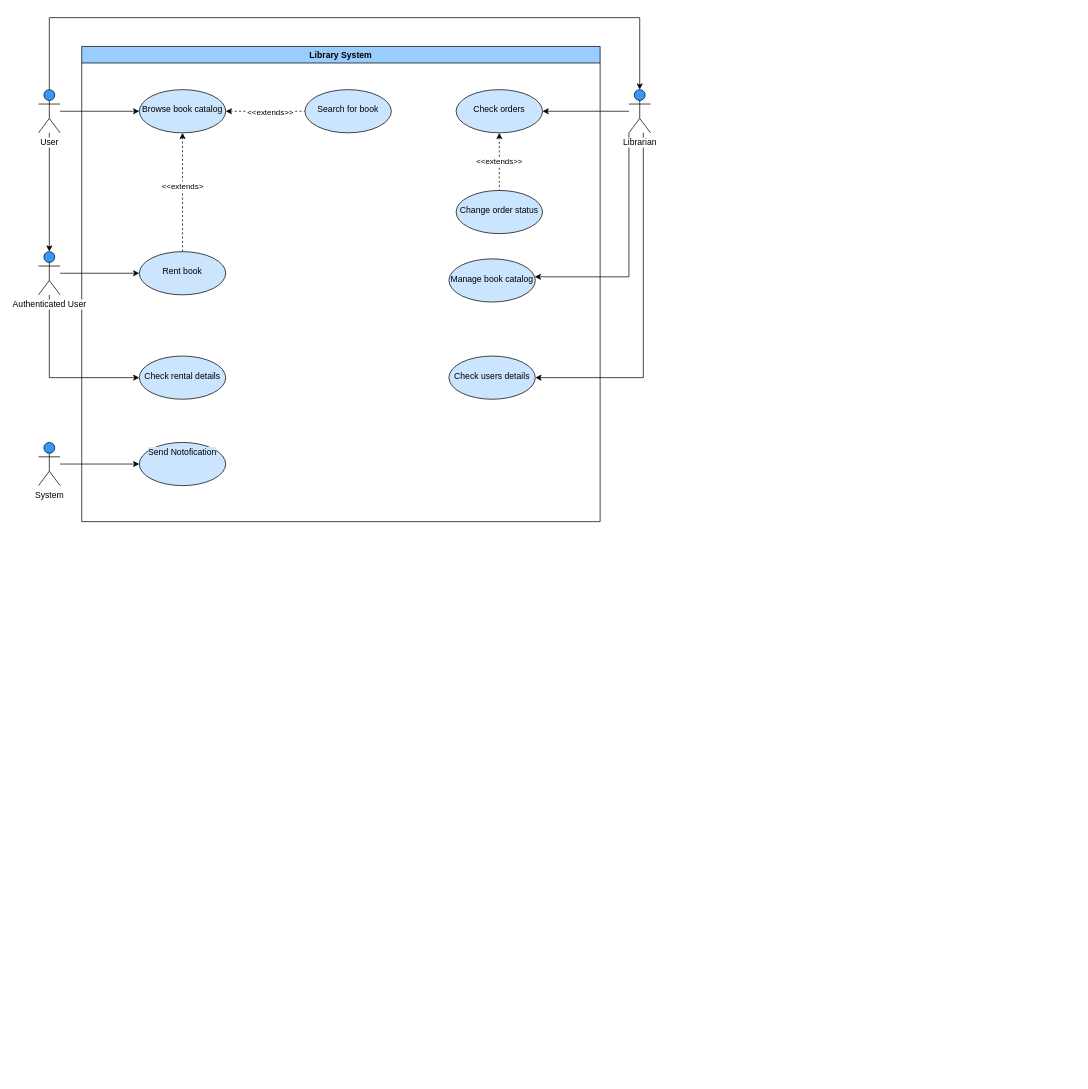
The draw.io diagram Untitled Diagram.drawio in dzasta997/awt, before the edit. Source tidied: cells renumbered, new cells numbered last; positions are measured from the earlier drawing's top-left corner, leaving out a move shared by most shapes. Both pictures are drawn from the tidied source at 72%, with x=0, y=0 at pixel (38, 17).
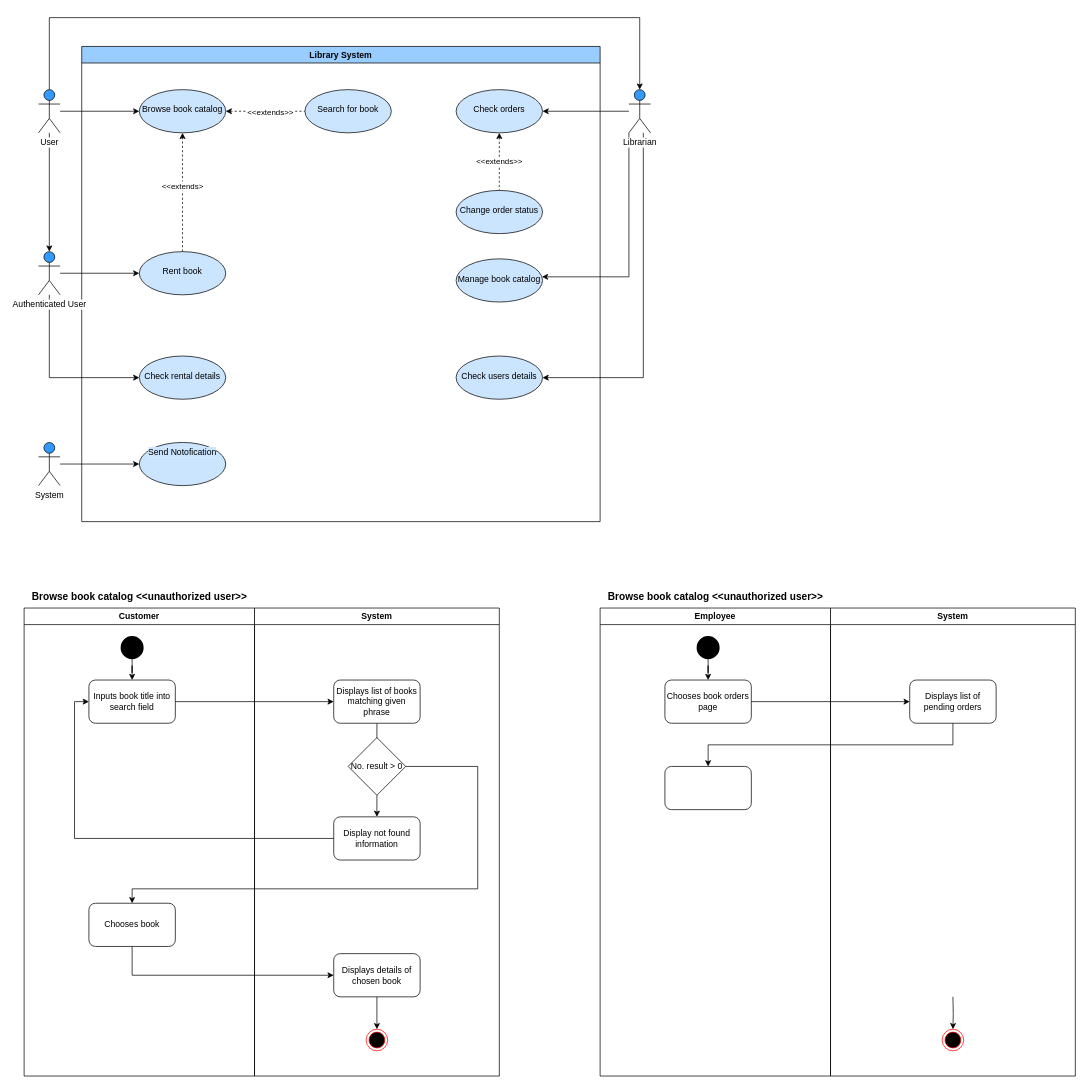
Above is the later version.

The change refers to these unchanged cells:
```xml
<mxCell id="2" value="Library System" style="swimlane;whiteSpace=wrap;html=1;fillColor=#99CCFF;" parent="1" vertex="1">
  <mxGeometry x="60" y="40" width="720" height="660" as="geometry" />
</mxCell>
```

Diff of the diagram source:
```diff
@@
     <mxCell id="14" value="&lt;br&gt;Manage book catalog" style="ellipse;whiteSpace=wrap;html=1;verticalAlign=top;fillColor=#CCE5FF;" parent="2" vertex="1">
-      <mxGeometry x="510" y="295" width="120" height="60" as="geometry" />
+      <mxGeometry x="520" y="295" width="120" height="60" as="geometry" />
     </mxCell>
     <mxCell id="15" value="&lt;br&gt;Check users details" style="ellipse;whiteSpace=wrap;html=1;verticalAlign=top;fillColor=#CCE5FF;" parent="2" vertex="1">
-      <mxGeometry x="510" y="430" width="120" height="60" as="geometry" />
+      <mxGeometry x="520" y="430" width="120" height="60" as="geometry" />
     </mxCell>
@@
+    <mxCell id="30" value="Customer" style="swimlane;whiteSpace=wrap;html=1;" parent="1" vertex="1">
+      <mxGeometry x="-20" y="820" width="320" height="650" as="geometry" />
+    </mxCell>
+    <mxCell id="31" style="edgeStyle=orthogonalEdgeStyle;rounded=0;jettySize=auto;html=1;entryX=0.5;entryY=0;entryDx=0;entryDy=0;" parent="30" edge="1" source="32" target="33">
+      <mxGeometry relative="1" as="geometry" />
+    </mxCell>
+    <mxCell id="32" style="strokeWidth=2;html=1;shape=mxgraph.flowchart.start_2;whiteSpace=wrap;fillColor=#000000;" parent="30" vertex="1">
+      <mxGeometry x="135" y="40" width="30" height="30" as="geometry" />
+    </mxCell>
+    <mxCell id="33" value="Inputs book title into search field" style="rounded=1;whiteSpace=wrap;html=1;" parent="30" vertex="1">
+      <mxGeometry x="90" y="100" width="120" height="60" as="geometry" />
+    </mxCell>
+    <mxCell id="34" value="Chooses book" style="rounded=1;whiteSpace=wrap;html=1;" parent="30" vertex="1">
+      <mxGeometry x="90" y="410" width="120" height="60" as="geometry" />
+    </mxCell>
+    <mxCell id="35" value="System" style="swimlane;whiteSpace=wrap;html=1;" parent="1" vertex="1">
+      <mxGeometry x="300" y="820" width="340" height="650" as="geometry" />
+    </mxCell>
+    <mxCell id="36" style="edgeStyle=orthogonalEdgeStyle;rounded=0;jettySize=auto;html=1;exitX=0.5;exitY=1;exitDx=0;exitDy=0;" parent="35" edge="1" source="37">
+      <mxGeometry relative="1" as="geometry">
+        <mxPoint x="170" y="220" as="targetPoint" />
+      </mxGeometry>
+    </mxCell>
+    <mxCell id="37" value="Displays list of books matching given phrase" style="rounded=1;whiteSpace=wrap;html=1;" parent="35" vertex="1">
+      <mxGeometry x="110" y="100" width="120" height="60" as="geometry" />
+    </mxCell>
+    <mxCell id="38" style="edgeStyle=orthogonalEdgeStyle;rounded=0;jettySize=auto;html=1;exitX=0.5;exitY=1;exitDx=0;exitDy=0;" parent="35" edge="1" source="39" target="43">
+      <mxGeometry relative="1" as="geometry" />
+    </mxCell>
+    <mxCell id="39" value="Displays details of chosen book" style="rounded=1;whiteSpace=wrap;html=1;" parent="35" vertex="1">
+      <mxGeometry x="110" y="480" width="120" height="60" as="geometry" />
+    </mxCell>
+    <mxCell id="40" style="edgeStyle=orthogonalEdgeStyle;rounded=0;jettySize=auto;html=1;exitX=0.5;exitY=1;exitDx=0;exitDy=0;entryX=0.5;entryY=0;entryDx=0;entryDy=0;" parent="35" edge="1" source="41" target="42">
+      <mxGeometry relative="1" as="geometry" />
+    </mxCell>
+    <mxCell id="41" value="No. result &amp;gt; 0" style="rhombus;whiteSpace=wrap;html=1;" parent="35" vertex="1">
+      <mxGeometry x="130" y="180" width="80" height="80" as="geometry" />
+    </mxCell>
+    <mxCell id="42" value="Display not found information" style="rounded=1;whiteSpace=wrap;html=1;" parent="35" vertex="1">
+      <mxGeometry x="110" y="290" width="120" height="60" as="geometry" />
+    </mxCell>
+    <mxCell id="43" style="ellipse;html=1;shape=endState;fillColor=#000000;strokeColor=#ff0000;" parent="35" vertex="1">
+      <mxGeometry x="155" y="585" width="30" height="30" as="geometry" />
+    </mxCell>
+    <mxCell id="44" value="&lt;b&gt;&lt;font style=&quot;font-size: 14px;&quot;&gt;Browse book catalog &amp;lt;&amp;lt;unauthorized user&amp;gt;&amp;gt;&lt;/font&gt;&lt;/b&gt;" style="text;html=1;align=center;verticalAlign=middle;strokeColor=none;fillColor=none;" parent="1" vertex="1">
+      <mxGeometry x="-20" y="790" width="320" height="30" as="geometry" />
+    </mxCell>
+    <mxCell id="45" style="edgeStyle=orthogonalEdgeStyle;rounded=0;jettySize=auto;html=1;exitX=1;exitY=0.5;exitDx=0;exitDy=0;entryX=0;entryY=0.5;entryDx=0;entryDy=0;" parent="1" edge="1" source="33" target="37">
+      <mxGeometry relative="1" as="geometry" />
+    </mxCell>
+    <mxCell id="46" style="edgeStyle=orthogonalEdgeStyle;rounded=0;jettySize=auto;html=1;exitX=0.5;exitY=1;exitDx=0;exitDy=0;entryX=0;entryY=0.5;entryDx=0;entryDy=0;" parent="1" edge="1" source="34" target="39">
+      <mxGeometry relative="1" as="geometry" />
+    </mxCell>
+    <mxCell id="47" style="edgeStyle=orthogonalEdgeStyle;rounded=0;jettySize=auto;html=1;exitX=0;exitY=0.5;exitDx=0;exitDy=0;entryX=0;entryY=0.5;entryDx=0;entryDy=0;" parent="1" edge="1" source="42" target="33">
+      <mxGeometry relative="1" as="geometry" />
+    </mxCell>
+    <mxCell id="48" style="edgeStyle=orthogonalEdgeStyle;rounded=0;jettySize=auto;html=1;exitX=1;exitY=0.5;exitDx=0;exitDy=0;entryX=0.5;entryY=0;entryDx=0;entryDy=0;" parent="1" edge="1" source="41" target="34">
+      <mxGeometry relative="1" as="geometry">
+        <Array as="points">
+          <mxPoint x="610" y="1040" />
+          <mxPoint x="610" y="1210" />
+          <mxPoint x="130" y="1210" />
+        </Array>
+      </mxGeometry>
+    </mxCell>
+    <mxCell id="49" value="Employee" style="swimlane;whiteSpace=wrap;html=1;" parent="1" vertex="1">
+      <mxGeometry x="780" y="820" width="320" height="650" as="geometry" />
+    </mxCell>
+    <mxCell id="50" style="edgeStyle=orthogonalEdgeStyle;rounded=0;jettySize=auto;html=1;entryX=0.5;entryY=0;entryDx=0;entryDy=0;" parent="49" edge="1" source="51" target="52">
+      <mxGeometry relative="1" as="geometry" />
+    </mxCell>
+    <mxCell id="51" style="strokeWidth=2;html=1;shape=mxgraph.flowchart.start_2;whiteSpace=wrap;fillColor=#000000;" parent="49" vertex="1">
+      <mxGeometry x="135" y="40" width="30" height="30" as="geometry" />
+    </mxCell>
+    <mxCell id="52" value="Chooses book orders page" style="rounded=1;whiteSpace=wrap;html=1;" parent="49" vertex="1">
+      <mxGeometry x="90" y="100" width="120" height="60" as="geometry" />
+    </mxCell>
+    <mxCell id="53" style="rounded=1;whiteSpace=wrap;html=1;" parent="49" vertex="1">
+      <mxGeometry x="90" y="220" width="120" height="60" as="geometry" />
+    </mxCell>
+    <mxCell id="54" value="System" style="swimlane;whiteSpace=wrap;html=1;" parent="1" vertex="1">
+      <mxGeometry x="1100" y="820" width="340" height="650" as="geometry" />
+    </mxCell>
+    <mxCell id="55" value="Displays list of pending orders" style="rounded=1;whiteSpace=wrap;html=1;" parent="54" vertex="1">
+      <mxGeometry x="110" y="100" width="120" height="60" as="geometry" />
+    </mxCell>
+    <mxCell id="56" style="edgeStyle=orthogonalEdgeStyle;rounded=0;jettySize=auto;html=1;exitX=0.5;exitY=1;exitDx=0;exitDy=0;" parent="54" edge="1" target="57">
+      <mxGeometry relative="1" as="geometry">
+        <mxPoint x="170" y="540" as="sourcePoint" />
+      </mxGeometry>
+    </mxCell>
+    <mxCell id="57" style="ellipse;html=1;shape=endState;fillColor=#000000;strokeColor=#ff0000;" parent="54" vertex="1">
+      <mxGeometry x="155" y="585" width="30" height="30" as="geometry" />
+    </mxCell>
+    <mxCell id="58" value="&lt;b&gt;&lt;font style=&quot;font-size: 14px;&quot;&gt;Browse book catalog &amp;lt;&amp;lt;unauthorized user&amp;gt;&amp;gt;&lt;/font&gt;&lt;/b&gt;" style="text;html=1;align=center;verticalAlign=middle;strokeColor=none;fillColor=none;" parent="1" vertex="1">
+      <mxGeometry x="780" y="790" width="320" height="30" as="geometry" />
+    </mxCell>
+    <mxCell id="59" style="edgeStyle=orthogonalEdgeStyle;rounded=0;jettySize=auto;html=1;exitX=1;exitY=0.5;exitDx=0;exitDy=0;entryX=0;entryY=0.5;entryDx=0;entryDy=0;" parent="1" edge="1" source="52" target="55">
+      <mxGeometry relative="1" as="geometry" />
+    </mxCell>
+    <mxCell id="60" style="edgeStyle=orthogonalEdgeStyle;rounded=0;jettySize=auto;html=1;exitX=0.5;exitY=1;exitDx=0;exitDy=0;entryX=0.5;entryY=0;entryDx=0;entryDy=0;" parent="1" edge="1" source="55" target="53">
+      <mxGeometry relative="1" as="geometry" />
+    </mxCell>
```
